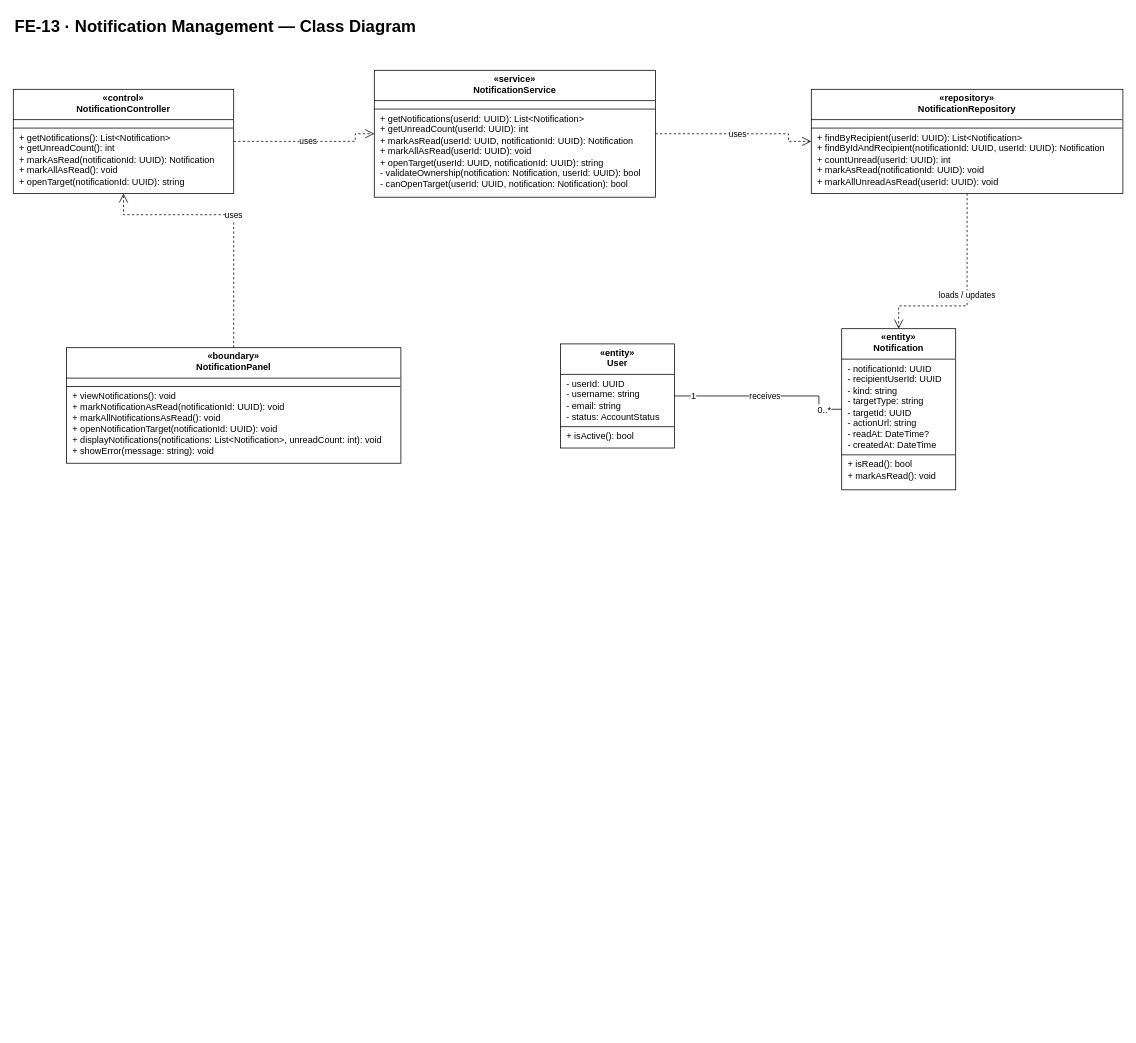
callmehai/FU-FA26-G116 keeps this draw.io diagram as docs/07-classdiagram/feature-13-notification-management-class-diagram.drawio. Above is the earlier version. Source tidied: cells renumbered, new cells numbered last; positions are measured from the earlier drawing's top-left corner, leaving out a move shared by most shapes. Both pictures are drawn from the tidied source at 76%, with x=0, y=0 at pixel (13, 13).
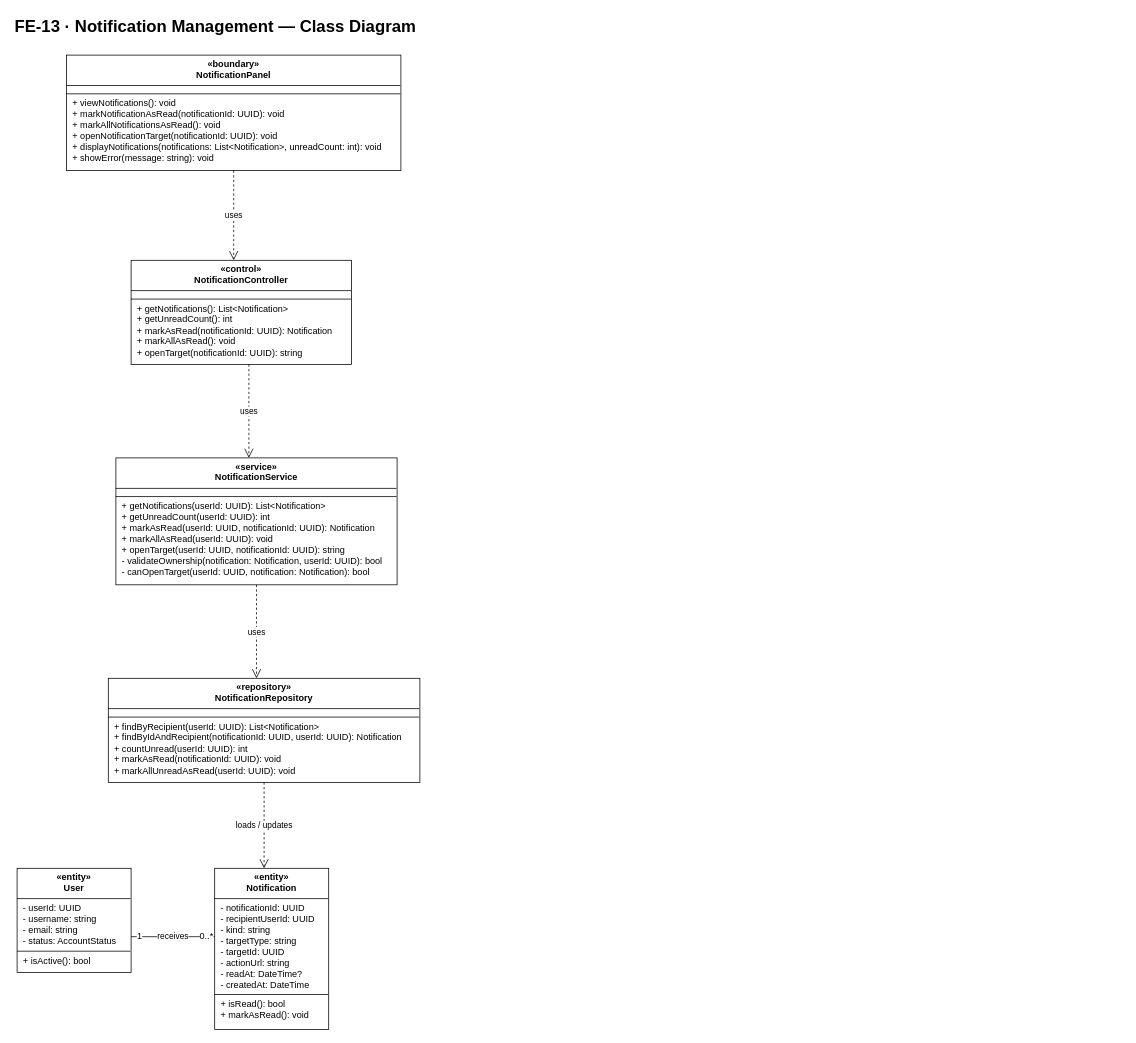
Above is the later version.

Change to the diagram source:
```diff
@@
     <mxCell id="3" value="&lt;div style=&quot;text-align:center;font-weight:bold;padding:5px 4px 4px 4px;height:31px;&quot;&gt;«boundary»&lt;br&gt;NotificationPanel&lt;/div&gt;&lt;hr style=&quot;margin:0;border:none;border-top:1px solid #000000;height:0;&quot;&gt;&lt;div style=&quot;text-align:left;padding:5px 8px 5px 8px;white-space:nowrap;&quot;&gt;&lt;/div&gt;&lt;hr style=&quot;margin:0;border:none;border-top:1px solid #000000;height:0;&quot;&gt;&lt;div style=&quot;text-align:left;padding:5px 8px 5px 8px;white-space:nowrap;&quot;&gt;+ viewNotifications(): void&lt;br&gt;+ markNotificationAsRead(notificationId: UUID): void&lt;br&gt;+ markAllNotificationsAsRead(): void&lt;br&gt;+ openNotificationTarget(notificationId: UUID): void&lt;br&gt;+ displayNotifications(notifications: List&amp;lt;Notification&amp;gt;, unreadCount: int): void&lt;br&gt;+ showError(message: string): void&lt;/div&gt;&lt;/div&gt;" style="rounded=0;whiteSpace=wrap;html=1;align=left;verticalAlign=top;spacing=0;overflow=fill;fillColor=#ffffff;strokeColor=#000000;fontSize=12;fontFamily=Helvetica;fontColor=#000000;" parent="1" vertex="1">
-      <mxGeometry x="70" y="440" width="440" height="152" as="geometry" />
+      <mxGeometry x="70" y="55" width="440" height="152" as="geometry" />
     </mxCell>
     <mxCell id="4" value="&lt;div style=&quot;text-align:center;font-weight:bold;padding:5px 4px 4px 4px;height:31px;&quot;&gt;«control»&lt;br&gt;NotificationController&lt;/div&gt;&lt;hr style=&quot;margin:0;border:none;border-top:1px solid #000000;height:0;&quot;&gt;&lt;div style=&quot;text-align:left;padding:5px 8px 5px 8px;white-space:nowrap;&quot;&gt;&lt;/div&gt;&lt;hr style=&quot;margin:0;border:none;border-top:1px solid #000000;height:0;&quot;&gt;&lt;div style=&quot;text-align:left;padding:5px 8px 5px 8px;white-space:nowrap;&quot;&gt;+ getNotifications(): List&amp;lt;Notification&amp;gt;&lt;br&gt;+ getUnreadCount(): int&lt;br&gt;+ markAsRead(notificationId: UUID): Notification&lt;br&gt;+ markAllAsRead(): void&lt;br&gt;+ openTarget(notificationId: UUID): string&lt;/div&gt;&lt;/div&gt;" style="rounded=0;whiteSpace=wrap;html=1;align=left;verticalAlign=top;spacing=0;overflow=fill;fillColor=#ffffff;strokeColor=#000000;fontSize=12;fontFamily=Helvetica;fontColor=#000000;" parent="1" vertex="1">
-      <mxGeometry y="100" width="290" height="137" as="geometry" />
+      <mxGeometry x="155" y="325" width="290" height="137" as="geometry" />
     </mxCell>
     <mxCell id="5" value="&lt;div style=&quot;text-align:center;font-weight:bold;padding:5px 4px 4px 4px;height:31px;&quot;&gt;«service»&lt;br&gt;NotificationService&lt;/div&gt;&lt;hr style=&quot;margin:0;border:none;border-top:1px solid #000000;height:0;&quot;&gt;&lt;div style=&quot;text-align:left;padding:5px 8px 5px 8px;white-space:nowrap;&quot;&gt;&lt;/div&gt;&lt;hr style=&quot;margin:0;border:none;border-top:1px solid #000000;height:0;&quot;&gt;&lt;div style=&quot;text-align:left;padding:5px 8px 5px 8px;white-space:nowrap;&quot;&gt;+ getNotifications(userId: UUID): List&amp;lt;Notification&amp;gt;&lt;br&gt;+ getUnreadCount(userId: UUID): int&lt;br&gt;+ markAsRead(userId: UUID, notificationId: UUID): Notification&lt;br&gt;+ markAllAsRead(userId: UUID): void&lt;br&gt;+ openTarget(userId: UUID, notificationId: UUID): string&lt;br&gt;- validateOwnership(notification: Notification, userId: UUID): bool&lt;br&gt;- canOpenTarget(userId: UUID, notification: Notification): bool&lt;/div&gt;&lt;/div&gt;" style="rounded=0;whiteSpace=wrap;html=1;align=left;verticalAlign=top;spacing=0;overflow=fill;fillColor=#ffffff;strokeColor=#000000;fontSize=12;fontFamily=Helvetica;fontColor=#000000;" parent="1" vertex="1">
-      <mxGeometry x="475" y="75" width="370" height="167" as="geometry" />
+      <mxGeometry x="135" y="585" width="370" height="167" as="geometry" />
     </mxCell>
     <mxCell id="6" value="&lt;div style=&quot;text-align:center;font-weight:bold;padding:5px 4px 4px 4px;height:31px;&quot;&gt;«repository»&lt;br&gt;NotificationRepository&lt;/div&gt;&lt;hr style=&quot;margin:0;border:none;border-top:1px solid #000000;height:0;&quot;&gt;&lt;div style=&quot;text-align:left;padding:5px 8px 5px 8px;white-space:nowrap;&quot;&gt;&lt;/div&gt;&lt;hr style=&quot;margin:0;border:none;border-top:1px solid #000000;height:0;&quot;&gt;&lt;div style=&quot;text-align:left;padding:5px 8px 5px 8px;white-space:nowrap;&quot;&gt;+ findByRecipient(userId: UUID): List&amp;lt;Notification&amp;gt;&lt;br&gt;+ findByIdAndRecipient(notificationId: UUID, userId: UUID): Notification&lt;br&gt;+ countUnread(userId: UUID): int&lt;br&gt;+ markAsRead(notificationId: UUID): void&lt;br&gt;+ markAllUnreadAsRead(userId: UUID): void&lt;/div&gt;&lt;/div&gt;" style="rounded=0;whiteSpace=wrap;html=1;align=left;verticalAlign=top;spacing=0;overflow=fill;fillColor=#ffffff;strokeColor=#000000;fontSize=12;fontFamily=Helvetica;fontColor=#000000;" parent="1" vertex="1">
-      <mxGeometry x="1050" y="100" width="410" height="137" as="geometry" />
+      <mxGeometry x="125" y="875" width="410" height="137" as="geometry" />
     </mxCell>
     <mxCell id="7" value="&lt;div style=&quot;text-align:center;font-weight:bold;padding:5px 4px 4px 4px;height:31px;&quot;&gt;«entity»&lt;br&gt;Notification&lt;/div&gt;&lt;hr style=&quot;margin:0;border:none;border-top:1px solid #000000;height:0;&quot;&gt;&lt;div style=&quot;text-align:left;padding:5px 8px 5px 8px;white-space:nowrap;&quot;&gt;- notificationId: UUID&lt;br&gt;- recipientUserId: UUID&lt;br&gt;- kind: string&lt;br&gt;- targetType: string&lt;br&gt;- targetId: UUID&lt;br&gt;- actionUrl: string&lt;br&gt;- readAt: DateTime?&lt;br&gt;- createdAt: DateTime&lt;/div&gt;&lt;hr style=&quot;margin:0;border:none;border-top:1px solid #000000;height:0;&quot;&gt;&lt;div style=&quot;text-align:left;padding:5px 8px 5px 8px;white-space:nowrap;&quot;&gt;+ isRead(): bool&lt;br&gt;+ markAsRead(): void&lt;/div&gt;&lt;/div&gt;" style="rounded=0;whiteSpace=wrap;html=1;align=left;verticalAlign=top;spacing=0;overflow=fill;fillColor=#ffffff;strokeColor=#000000;fontSize=12;fontFamily=Helvetica;fontColor=#000000;" parent="1" vertex="1">
-      <mxGeometry x="1090" y="415" width="150" height="212" as="geometry" />
+      <mxGeometry x="265" y="1125" width="150" height="212" as="geometry" />
     </mxCell>
     <mxCell id="8" value="&lt;div style=&quot;text-align:center;font-weight:bold;padding:5px 4px 4px 4px;height:31px;&quot;&gt;«entity»&lt;br&gt;User&lt;/div&gt;&lt;hr style=&quot;margin:0;border:none;border-top:1px solid #000000;height:0;&quot;&gt;&lt;div style=&quot;text-align:left;padding:5px 8px 5px 8px;white-space:nowrap;&quot;&gt;- userId: UUID&lt;br&gt;- username: string&lt;br&gt;- email: string&lt;br&gt;- status: AccountStatus&lt;/div&gt;&lt;hr style=&quot;margin:0;border:none;border-top:1px solid #000000;height:0;&quot;&gt;&lt;div style=&quot;text-align:left;padding:5px 8px 5px 8px;white-space:nowrap;&quot;&gt;+ isActive(): bool&lt;/div&gt;&lt;/div&gt;" style="rounded=0;whiteSpace=wrap;html=1;align=left;verticalAlign=top;spacing=0;overflow=fill;fillColor=#ffffff;strokeColor=#000000;fontSize=12;fontFamily=Helvetica;fontColor=#000000;" parent="1" vertex="1">
-      <mxGeometry x="720" y="435" width="150" height="137" as="geometry" />
+      <mxGeometry x="5" y="1125" width="150" height="137" as="geometry" />
     </mxCell>
-    <mxCell id="9" value="uses" style="edgeStyle=orthogonalEdgeStyle;jettySize=auto;html=1;dashed=1;dashPattern=3 3;endArrow=open;endFill=0;strokeColor=#000000;labelBackgroundColor=#ffffff;rounded=0;endSize=10;fontSize=11;fontFamily=Helvetica;exitX=0.5;exitY=0;exitDx=0;exitDy=0;entryX=0.5;entryY=1;entryDx=0;entryDy=0;" parent="1" edge="1" source="3" target="4">
-      <mxGeometry relative="1" as="geometry">
-        <Array as="points">
-          <mxPoint x="290" y="265" />
-          <mxPoint x="145" y="265" />
-        </Array>
-      </mxGeometry>
+    <mxCell id="9" value="uses" style="edgeStyle=orthogonalEdgeStyle;jettySize=auto;html=1;dashed=1;dashPattern=3 3;endArrow=open;endFill=0;strokeColor=#000000;labelBackgroundColor=#ffffff;rounded=0;endSize=10;fontSize=11;fontFamily=Helvetica;exitX=0.5;exitY=1;exitDx=0;exitDy=0;entryX=0.465517;entryY=0;entryDx=0;entryDy=0;" parent="1" edge="1" source="3" target="4">
+      <mxGeometry relative="1" as="geometry" />
     </mxCell>
-    <mxCell id="10" value="uses" style="edgeStyle=orthogonalEdgeStyle;jettySize=auto;html=1;dashed=1;dashPattern=3 3;endArrow=open;endFill=0;strokeColor=#000000;labelBackgroundColor=#ffffff;rounded=0;endSize=10;fontSize=11;fontFamily=Helvetica;exitX=1;exitY=0.5;exitDx=0;exitDy=0;entryX=0;entryY=0.5;entryDx=0;entryDy=0;" parent="1" edge="1" source="4" target="5">
-      <mxGeometry relative="1" as="geometry">
-        <Array as="points">
-          <mxPoint x="450" y="168.5" />
-          <mxPoint x="450" y="158.5" />
-        </Array>
-      </mxGeometry>
+    <mxCell id="10" value="uses" style="edgeStyle=orthogonalEdgeStyle;jettySize=auto;html=1;dashed=1;dashPattern=3 3;endArrow=open;endFill=0;strokeColor=#000000;labelBackgroundColor=#ffffff;rounded=0;endSize=10;fontSize=11;fontFamily=Helvetica;exitX=0.534483;exitY=1;exitDx=0;exitDy=0;entryX=0.472973;entryY=0;entryDx=0;entryDy=0;" parent="1" edge="1" source="4" target="5">
+      <mxGeometry relative="1" as="geometry" />
     </mxCell>
-    <mxCell id="11" value="uses" style="edgeStyle=orthogonalEdgeStyle;jettySize=auto;html=1;dashed=1;dashPattern=3 3;endArrow=open;endFill=0;strokeColor=#000000;labelBackgroundColor=#ffffff;rounded=0;endSize=10;fontSize=11;fontFamily=Helvetica;exitX=1;exitY=0.5;exitDx=0;exitDy=0;entryX=0;entryY=0.5;entryDx=0;entryDy=0;" parent="1" edge="1" source="5" target="6">
-      <mxGeometry relative="1" as="geometry">
-        <Array as="points">
-          <mxPoint x="1020" y="158.5" />
-          <mxPoint x="1020" y="168.5" />
-        </Array>
-      </mxGeometry>
+    <mxCell id="11" value="uses" style="edgeStyle=orthogonalEdgeStyle;jettySize=auto;html=1;dashed=1;dashPattern=3 3;endArrow=open;endFill=0;strokeColor=#000000;labelBackgroundColor=#ffffff;rounded=0;endSize=10;fontSize=11;fontFamily=Helvetica;exitX=0.5;exitY=1;exitDx=0;exitDy=0;entryX=0.47561;entryY=0;entryDx=0;entryDy=0;" parent="1" edge="1" source="5" target="6">
+      <mxGeometry relative="1" as="geometry" />
     </mxCell>
-    <mxCell id="12" value="loads / updates" style="edgeStyle=orthogonalEdgeStyle;jettySize=auto;html=1;dashed=1;dashPattern=3 3;endArrow=open;endFill=0;strokeColor=#000000;labelBackgroundColor=#ffffff;rounded=0;endSize=10;fontSize=11;fontFamily=Helvetica;exitX=0.5;exitY=1;exitDx=0;exitDy=0;entryX=0.5;entryY=0;entryDx=0;entryDy=0;" parent="1" edge="1" source="6" target="7">
-      <mxGeometry relative="1" as="geometry">
-        <Array as="points">
-          <mxPoint x="1255" y="385" />
-          <mxPoint x="1165" y="385" />
-        </Array>
-      </mxGeometry>
+    <mxCell id="12" value="loads / updates" style="edgeStyle=orthogonalEdgeStyle;jettySize=auto;html=1;dashed=1;dashPattern=3 3;endArrow=open;endFill=0;strokeColor=#000000;labelBackgroundColor=#ffffff;rounded=0;endSize=10;fontSize=11;fontFamily=Helvetica;exitX=0.5;exitY=1;exitDx=0;exitDy=0;entryX=0.433333;entryY=0;entryDx=0;entryDy=0;" parent="1" edge="1" source="6" target="7">
+      <mxGeometry relative="1" as="geometry" />
     </mxCell>
-    <mxCell id="13" value="receives" style="edgeStyle=orthogonalEdgeStyle;jettySize=auto;html=1;dashed=0;endArrow=none;endFill=0;strokeColor=#000000;startArrow=none;labelBackgroundColor=#ffffff;rounded=0;endSize=10;fontSize=11;fontFamily=Helvetica;exitX=1;exitY=0.5;exitDx=0;exitDy=0;entryX=0;entryY=0.5;entryDx=0;entryDy=0;" parent="1" edge="1" source="8" target="7">
-      <mxGeometry relative="1" as="geometry">
-        <Array as="points">
-          <mxPoint x="1060" y="503.5" />
-          <mxPoint x="1060" y="521" />
-        </Array>
-      </mxGeometry>
+    <mxCell id="13" value="receives" style="edgeStyle=orthogonalEdgeStyle;jettySize=auto;html=1;dashed=0;endArrow=none;endFill=0;strokeColor=#000000;startArrow=none;labelBackgroundColor=#ffffff;rounded=0;endSize=10;fontSize=11;fontFamily=Helvetica;exitX=1;exitY=0.656934;exitDx=0;exitDy=0;entryX=0;entryY=0.424528;entryDx=0;entryDy=0;" parent="1" edge="1" source="8" target="7">
+      <mxGeometry relative="1" as="geometry" />
     </mxCell>
```
